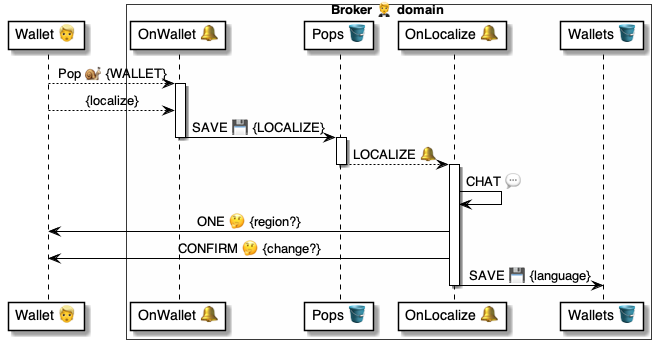
This is 4 ⚙️ Solution/20 🧑‍🦰 UI/Brokers 🤵/🤵🪣 Broker tables/Pops 🎈 table/🪣🔔 22 Wallet » Localize/🤵 OnPopLocalize ⚙️ uml.png from pollyweb-org/pollyweb-docs, a PlantUML export, as it was before one commit. Its source is kept beside it as 4 ⚙️ Solution/20 🧑‍🦰 UI/Brokers 🤵/🤵🪣 Broker tables/Pops 🎈 table/🪣🔔 22 Wallet » Localize/🤵 OnPopLocalize ⚙️ uml.puml.
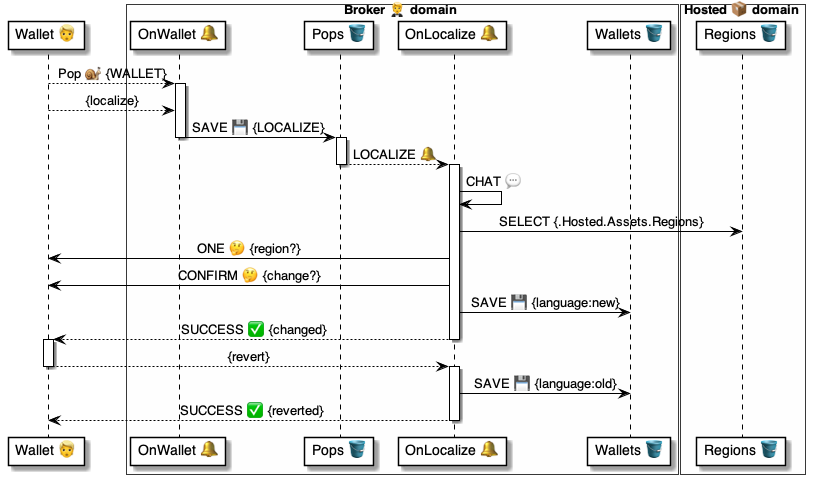
Later version of the same file.

Change to the diagram source:
```diff
@@ -3,28 +3,41 @@
 participant "Wallet 👱" as wallet
 box Broker 🤵 domain #FFFFFA
     participant "OnWallet 🔔" as onWallet
-    participant "Pops 🪣" as pops
-    participant "OnLocalize 🔔" as localized
-    participant "Wallets 🪣" as wallets
+    participant "Pops 🪣" as popsTable
+    participant "OnLocalize 🔔" as onLocalized
+    participant "Wallets 🪣" as walletsTable
 end box
-
+box Hosted 📦 domain #FFFFFA
+    participant "Regions 🪣" as regions
+end box
 
 wallet --> onWallet: Pop 🐌 {WALLET}
 
 activate onWallet
     wallet --> onWallet: {localize}
-    onWallet -> pops: SAVE 💾 {LOCALIZE}
+    onWallet -> popsTable: SAVE 💾 {LOCALIZE}
 deactivate onWallet
 
-activate pops
-    pops --> localized: LOCALIZE 🔔
-deactivate pops
+activate popsTable
+    popsTable --> onLocalized: LOCALIZE 🔔
+deactivate popsTable
 
-activate localized
-    localized -> localized: CHAT 💬
-    localized -> wallet: ONE 🤔 {region?}
-    localized -> wallet: CONFIRM 🤔 {change?}
-    localized -> wallets: SAVE 💾 {language}
-deactivate localized
+activate onLocalized
+    onLocalized -> onLocalized: CHAT 💬
+    onLocalized -> regions: SELECT {.Hosted.Assets.Regions}
+    onLocalized -> wallet: ONE 🤔 {region?}
+    onLocalized -> wallet: CONFIRM 🤔 {change?}
+    onLocalized -> walletsTable: SAVE 💾 {language:new}
+    onLocalized --> wallet: SUCCESS ✅ {changed}
+deactivate onLocalized
+
+activate wallet
+    wallet --> onLocalized: {revert}
+deactivate wallet
+
+activate onLocalized
+    onLocalized -> walletsTable: SAVE 💾 {language:old}
+    onLocalized --> wallet: SUCCESS ✅ {reverted}
+deactivate onLocalized
 
 @enduml
```
